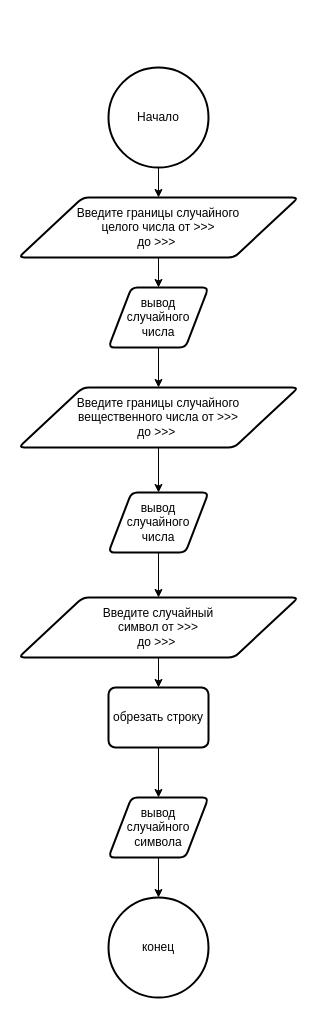
This is page "les_1_task_3" (2 of 6) of less-1/Диаграмма без названия.drawio from AiDevon/gb_groups_39870, a draw.io file, before an edit. Source tidied: cells renumbered, new cells numbered last; positions are measured from the earlier drawing's top-left corner, leaving out a move shared by most shapes. Both pictures are drawn from the tidied source at 100%, with x=0, y=0 at pixel (18, 67).
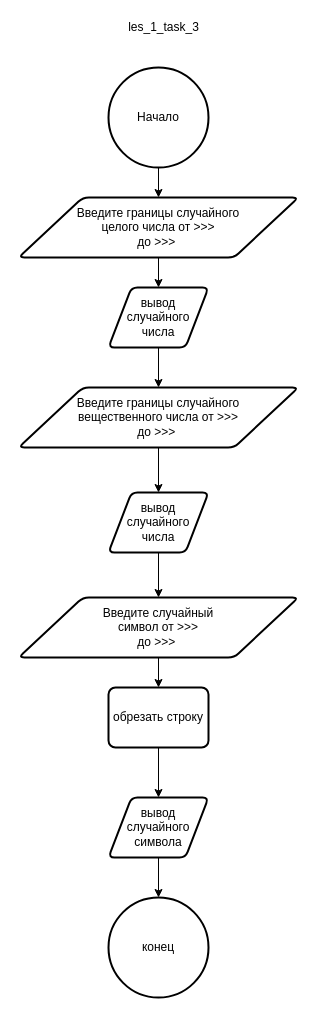
The same diagram, later.

What changed in the source:
```diff
@@
 <mxGraphModel>
   <root>
     <mxCell id="0" />
     <mxCell id="1" parent="0" />
     <mxCell id="2" style="edgeStyle=orthogonalEdgeStyle;rounded=0;jettySize=auto;html=1;entryX=0.5;entryY=0;entryDx=0;entryDy=0;" parent="1" edge="1" source="3" target="5">
       <mxGeometry relative="1" as="geometry" />
     </mxCell>
     <mxCell id="3" value="Начало" style="strokeWidth=2;html=1;shape=mxgraph.flowchart.start_2;whiteSpace=wrap;" parent="1" vertex="1">
       <mxGeometry x="90" width="100" height="100" as="geometry" />
     </mxCell>
     <mxCell id="4" style="edgeStyle=orthogonalEdgeStyle;rounded=0;jettySize=auto;html=1;entryX=0.5;entryY=0;entryDx=0;entryDy=0;" parent="1" edge="1" source="5" target="7">
       <mxGeometry relative="1" as="geometry" />
     </mxCell>
     <mxCell id="5" value="Введите границы случайного&lt;br&gt;целого числа от &amp;gt;&amp;gt;&amp;gt;&lt;br&gt;до &amp;gt;&amp;gt;&amp;gt;&amp;nbsp;" style="shape=parallelogram;html=1;strokeWidth=2;perimeter=parallelogramPerimeter;whiteSpace=wrap;rounded=1;arcSize=12;size=0.23;" parent="1" vertex="1">
       <mxGeometry y="130" width="280" height="60" as="geometry" />
     </mxCell>
     <mxCell id="6" style="edgeStyle=orthogonalEdgeStyle;rounded=0;jettySize=auto;html=1;entryX=0.5;entryY=0;entryDx=0;entryDy=0;" parent="1" edge="1" source="7" target="9">
       <mxGeometry relative="1" as="geometry" />
     </mxCell>
     <mxCell id="7" value="вывод случайного числа" style="shape=parallelogram;html=1;strokeWidth=2;perimeter=parallelogramPerimeter;whiteSpace=wrap;rounded=1;arcSize=12;size=0.23;" parent="1" vertex="1">
       <mxGeometry x="90" y="220" width="100" height="60" as="geometry" />
     </mxCell>
     <mxCell id="8" style="edgeStyle=orthogonalEdgeStyle;rounded=0;jettySize=auto;html=1;entryX=0.5;entryY=0;entryDx=0;entryDy=0;" parent="1" edge="1" source="9" target="11">
       <mxGeometry relative="1" as="geometry" />
     </mxCell>
     <mxCell id="9" value="Введите границы случайного&lt;br&gt;вещественного числа от &amp;gt;&amp;gt;&amp;gt;&lt;br&gt;до &amp;gt;&amp;gt;&amp;gt;&amp;nbsp;" style="shape=parallelogram;html=1;strokeWidth=2;perimeter=parallelogramPerimeter;whiteSpace=wrap;rounded=1;arcSize=12;size=0.23;" parent="1" vertex="1">
       <mxGeometry y="320" width="280" height="60" as="geometry" />
     </mxCell>
     <mxCell id="10" style="edgeStyle=orthogonalEdgeStyle;rounded=0;jettySize=auto;html=1;entryX=0.5;entryY=0;entryDx=0;entryDy=0;" parent="1" edge="1" source="11" target="13">
       <mxGeometry relative="1" as="geometry" />
     </mxCell>
     <mxCell id="11" value="вывод случайного числа" style="shape=parallelogram;html=1;strokeWidth=2;perimeter=parallelogramPerimeter;whiteSpace=wrap;rounded=1;arcSize=12;size=0.23;" parent="1" vertex="1">
       <mxGeometry x="90" y="425" width="100" height="60" as="geometry" />
     </mxCell>
     <mxCell id="12" style="edgeStyle=orthogonalEdgeStyle;rounded=0;jettySize=auto;html=1;entryX=0.5;entryY=0;entryDx=0;entryDy=0;" parent="1" edge="1" source="13" target="18">
       <mxGeometry relative="1" as="geometry" />
     </mxCell>
     <mxCell id="13" value="Введите случайный&lt;br&gt;символ от &amp;gt;&amp;gt;&amp;gt;&lt;br&gt;до &amp;gt;&amp;gt;&amp;gt;&amp;nbsp;" style="shape=parallelogram;html=1;strokeWidth=2;perimeter=parallelogramPerimeter;whiteSpace=wrap;rounded=1;arcSize=12;size=0.23;" parent="1" vertex="1">
       <mxGeometry y="530" width="280" height="60" as="geometry" />
     </mxCell>
     <mxCell id="14" style="edgeStyle=orthogonalEdgeStyle;rounded=0;jettySize=auto;html=1;entryX=0.5;entryY=0;entryDx=0;entryDy=0;entryPerimeter=0;" parent="1" edge="1" source="15" target="16">
       <mxGeometry relative="1" as="geometry" />
     </mxCell>
     <mxCell id="15" value="вывод случайного символа" style="shape=parallelogram;html=1;strokeWidth=2;perimeter=parallelogramPerimeter;whiteSpace=wrap;rounded=1;arcSize=12;size=0.23;" parent="1" vertex="1">
       <mxGeometry x="90" y="730" width="100" height="60" as="geometry" />
     </mxCell>
     <mxCell id="16" value="конец" style="strokeWidth=2;html=1;shape=mxgraph.flowchart.start_2;whiteSpace=wrap;" parent="1" vertex="1">
       <mxGeometry x="90" y="830" width="100" height="100" as="geometry" />
     </mxCell>
     <mxCell id="17" style="edgeStyle=orthogonalEdgeStyle;rounded=0;jettySize=auto;html=1;entryX=0.5;entryY=0;entryDx=0;entryDy=0;" parent="1" edge="1" source="18" target="15">
       <mxGeometry relative="1" as="geometry" />
     </mxCell>
     <mxCell id="18" value="обрезать строку" style="rounded=1;whiteSpace=wrap;html=1;absoluteArcSize=1;arcSize=14;strokeWidth=2;" parent="1" vertex="1">
       <mxGeometry x="90" y="620" width="100" height="60" as="geometry" />
     </mxCell>
+    <mxCell id="19" value="les_1_task_3" style="text;html=1;align=center;verticalAlign=middle;strokeColor=none;fillColor=none;" parent="1" vertex="1">
+      <mxGeometry x="100" y="-50" width="90" height="20" as="geometry" />
+    </mxCell>
   </root>
 </mxGraphModel>
```
